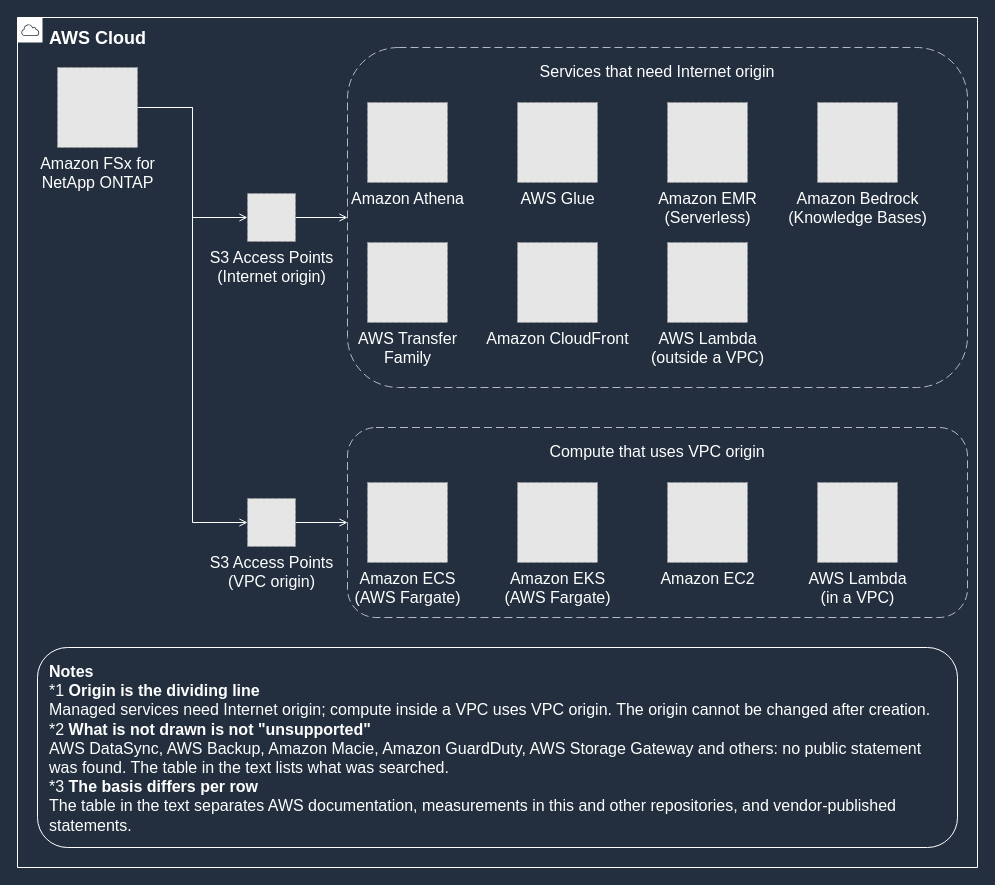
The draw.io diagram docs/_assets/diagrams/s3ap-consumer-map-en-dark.drawio in Yoshiki0705/FSx-for-ONTAP-Container-Datastore-Patterns, before the edit. Source tidied: cells renumbered, new cells numbered last; positions are measured from the earlier drawing's top-left corner, leaving out a move shared by most shapes. Both pictures are drawn from the tidied source at 100%, with x=0, y=0 at pixel (17, 17). Pictures stored in the file or linked from it are replaced by grey dashed boxes.
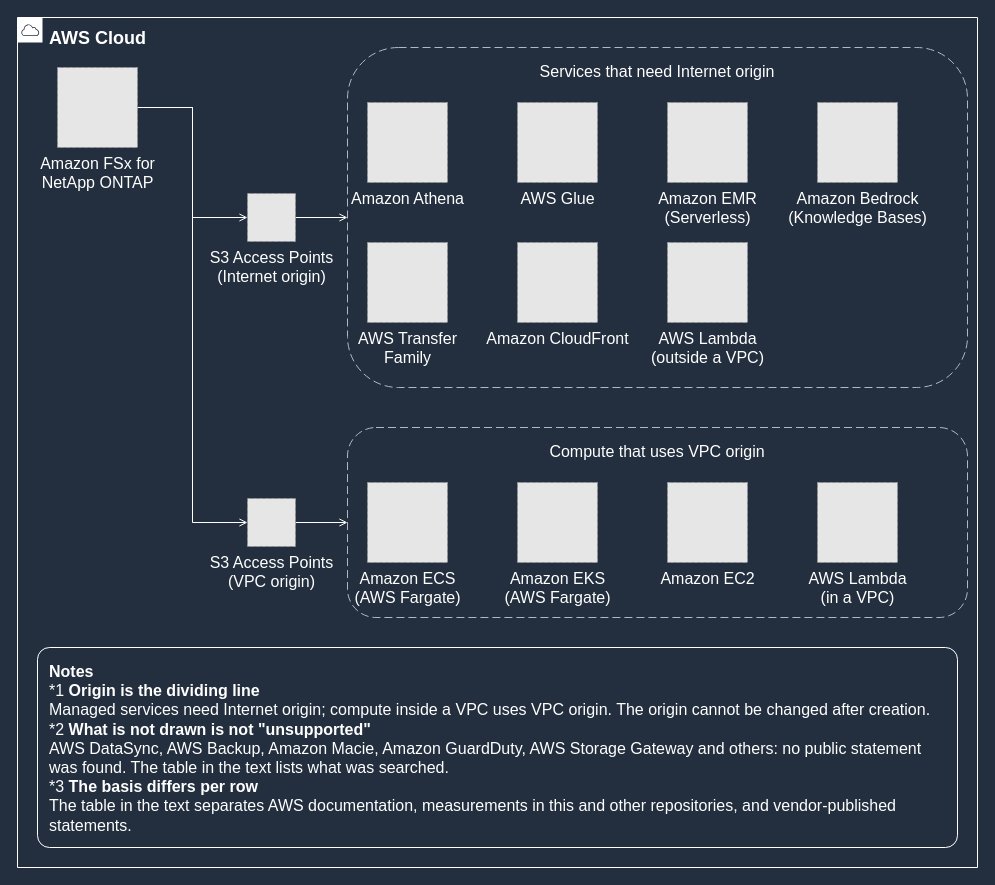
Above is the later version.

What changed in the source:
```diff
@@
-    <mxCell id="9" value="&lt;b&gt;Notes&lt;/b&gt;&lt;br&gt;*1 &lt;b&gt;Origin is the dividing line&lt;/b&gt;&lt;br&gt;Managed services need Internet origin; compute inside a VPC uses VPC origin. The origin cannot be changed after creation.&lt;br&gt;*2 &lt;b&gt;What is not drawn is not &quot;unsupported&quot;&lt;/b&gt;&lt;br&gt;AWS DataSync, AWS Backup, Amazon Macie, Amazon GuardDuty, AWS Storage Gateway and others: no public statement was found. The table in the text lists what was searched.&lt;br&gt;*3 &lt;b&gt;The basis differs per row&lt;/b&gt;&lt;br&gt;The table in the text separates AWS documentation, measurements in this and other repositories, and vendor-published statements." style="rounded=1;whiteSpace=wrap;html=1;strokeColor=#FFFFFF;fillColor=none;fontColor=#FFFFFF;fontSize=16;verticalAlign=top;align=left;spacingLeft=10;spacingRight=10;spacingTop=8;" parent="1" vertex="1">
+    <mxCell id="9" value="&lt;b&gt;Notes&lt;/b&gt;&lt;br&gt;*1 &lt;b&gt;Origin is the dividing line&lt;/b&gt;&lt;br&gt;Managed services need Internet origin; compute inside a VPC uses VPC origin. The origin cannot be changed after creation.&lt;br&gt;*2 &lt;b&gt;What is not drawn is not &quot;unsupported&quot;&lt;/b&gt;&lt;br&gt;AWS DataSync, AWS Backup, Amazon Macie, Amazon GuardDuty, AWS Storage Gateway and others: no public statement was found. The table in the text lists what was searched.&lt;br&gt;*3 &lt;b&gt;The basis differs per row&lt;/b&gt;&lt;br&gt;The table in the text separates AWS documentation, measurements in this and other repositories, and vendor-published statements." style="rounded=1;absoluteArcSize=1;arcSize=24;whiteSpace=wrap;html=1;strokeColor=#FFFFFF;fillColor=none;fontColor=#FFFFFF;fontSize=16;verticalAlign=top;align=left;spacingLeft=10;spacingRight=10;spacingTop=8;" parent="1" vertex="1">
       <mxGeometry x="20" y="630" width="920" height="200" as="geometry" />
     </mxCell>
```
